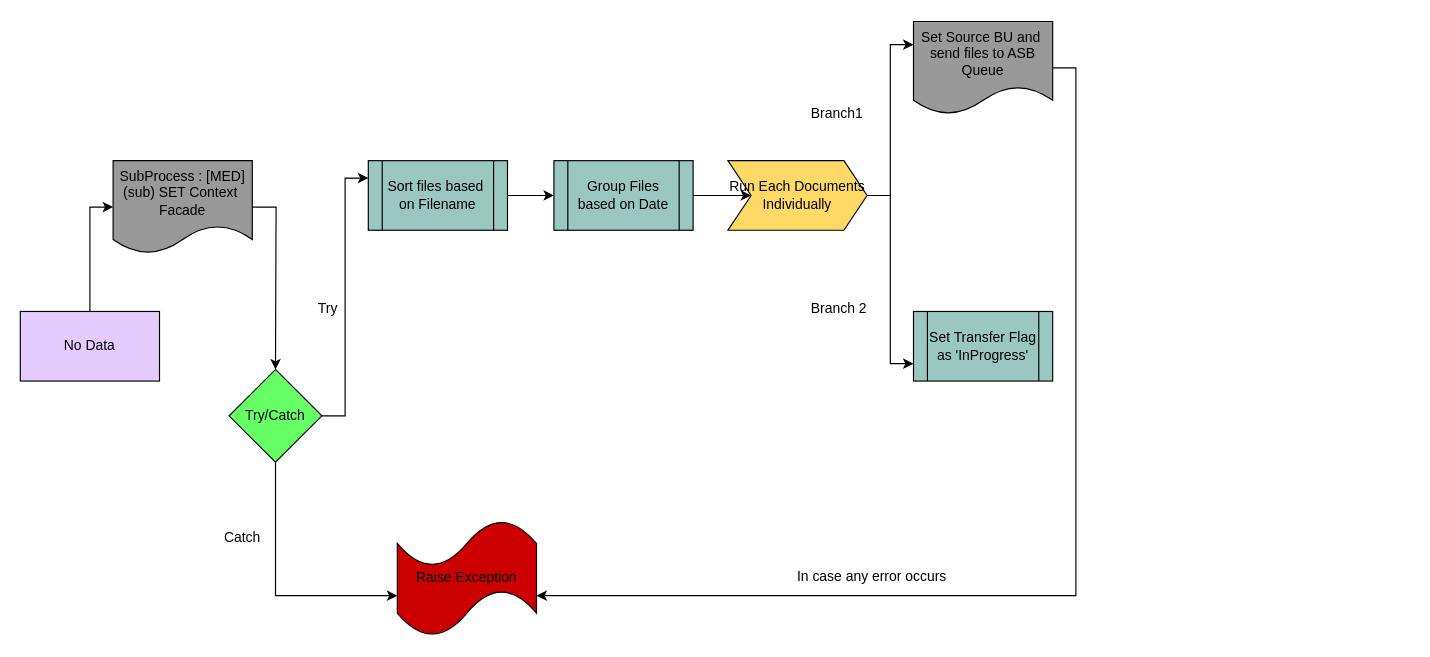
The draw.io diagram bandar.drawio in escalibor/code, before the edit. Source tidied: cells renumbered, new cells numbered last; positions are measured from the earlier drawing's top-left corner, leaving out a move shared by most shapes. Both pictures are drawn from the tidied source at 116%, with x=0, y=0 at pixel (20, 21).
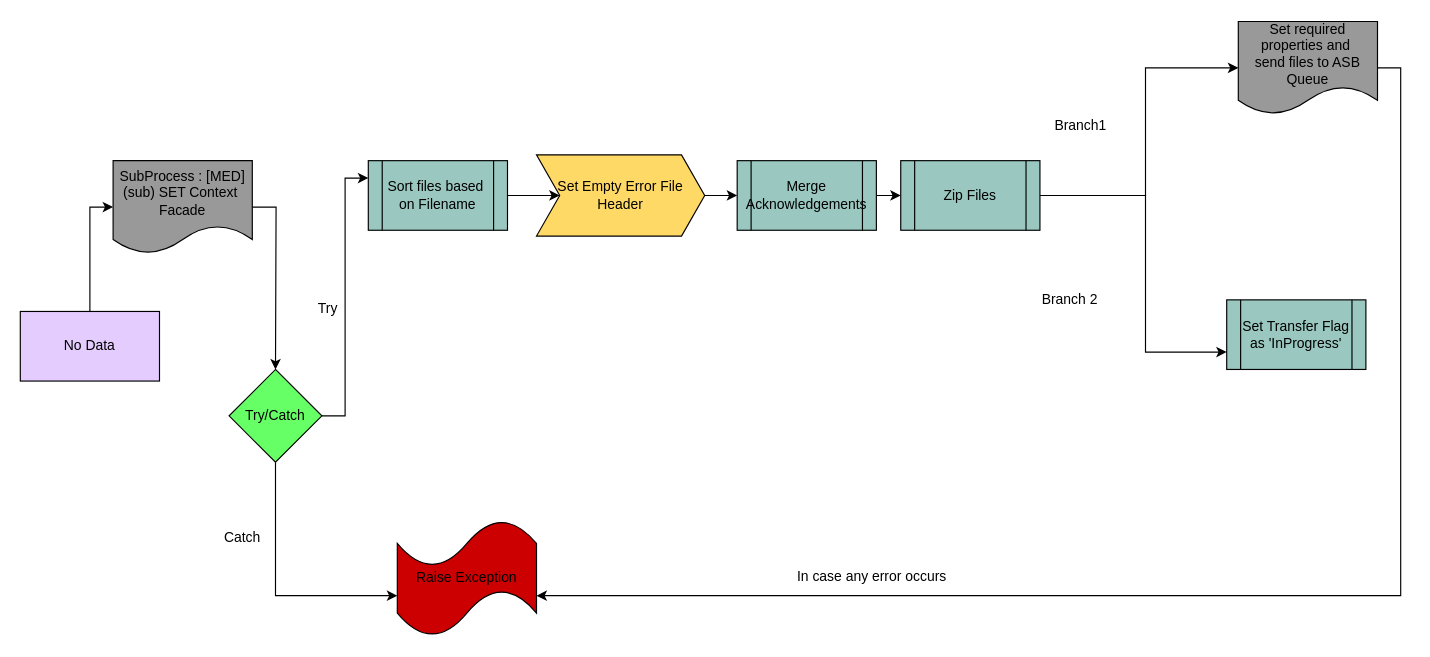
The same diagram, later.

The change refers to these unchanged cells:
```xml
<mxCell id="10" value="Sort files based&amp;nbsp;&lt;br&gt;on Filename&lt;br&gt;" style="shape=process;whiteSpace=wrap;html=1;backgroundOutline=1;fillColor=#9AC7BF;" parent="1" vertex="1">
  <mxGeometry x="300" y="120" width="120" height="60" as="geometry" />
</mxCell>
```

Change to the diagram source:
```diff
@@
-    <mxCell id="9" style="edgeStyle=orthogonalEdgeStyle;rounded=0;jettySize=auto;html=1;" parent="1" edge="1" source="10" target="15">
-      <mxGeometry relative="1" as="geometry" />
-    </mxCell>
+    <mxCell id="25" style="edgeStyle=orthogonalEdgeStyle;rounded=0;jettySize=auto;html=1;" parent="1" edge="1" source="10" target="28">
+      <mxGeometry relative="1" as="geometry" />
+    </mxCell>
@@
-    <mxCell id="14" style="edgeStyle=orthogonalEdgeStyle;rounded=0;jettySize=auto;html=1;" parent="1" edge="1" source="15" target="18">
-      <mxGeometry relative="1" as="geometry" />
-    </mxCell>
+    <mxCell id="26" style="edgeStyle=orthogonalEdgeStyle;rounded=0;jettySize=auto;html=1;" parent="1" edge="1" source="15" target="31">
+      <mxGeometry relative="1" as="geometry" />
+    </mxCell>
-    <mxCell id="15" value="Group Files based on Date" style="shape=process;whiteSpace=wrap;html=1;backgroundOutline=1;fillColor=#9AC7BF;" parent="1" vertex="1">
-      <mxGeometry x="460" y="120" width="120" height="60" as="geometry" />
+    <mxCell id="15" value="Merge Acknowledgements" style="shape=process;whiteSpace=wrap;html=1;backgroundOutline=1;fillColor=#9AC7BF;" parent="1" vertex="1">
+      <mxGeometry x="618" y="120" width="120" height="60" as="geometry" />
     </mxCell>
-    <mxCell id="16" style="edgeStyle=orthogonalEdgeStyle;rounded=0;jettySize=auto;html=1;exitX=1;exitY=0.5;exitDx=0;exitDy=0;entryX=0;entryY=0.75;entryDx=0;entryDy=0;" parent="1" edge="1" source="18" target="22">
-      <mxGeometry relative="1" as="geometry">
-        <Array as="points">
-          <mxPoint x="750" y="150" />
-          <mxPoint x="750" y="295" />
-        </Array>
-      </mxGeometry>
-    </mxCell>
-    <mxCell id="17" style="edgeStyle=orthogonalEdgeStyle;rounded=0;jettySize=auto;html=1;exitX=1;exitY=0.5;exitDx=0;exitDy=0;entryX=0;entryY=0.25;entryDx=0;entryDy=0;" parent="1" edge="1" source="18" target="20">
-      <mxGeometry relative="1" as="geometry" />
-    </mxCell>
-    <mxCell id="18" value="Run Each Documents&lt;br&gt;Individually&lt;br&gt;" style="shape=step;perimeter=stepPerimeter;whiteSpace=wrap;html=1;fixedSize=1;fillColor=#FFD966;" parent="1" vertex="1">
-      <mxGeometry x="610" y="120" width="120" height="60" as="geometry" />
-    </mxCell>
@@
-    <mxCell id="20" value="Set Source BU and&amp;nbsp;&lt;br&gt;send files to ASB Queue&lt;br&gt;" style="shape=document;whiteSpace=wrap;html=1;boundedLbl=1;fillColor=#999999;" parent="1" vertex="1">
-      <mxGeometry x="770" width="120" height="80" as="geometry" />
+    <mxCell id="20" value="Set required properties and&amp;nbsp;&lt;br&gt;send files to ASB Queue&lt;br&gt;" style="shape=document;whiteSpace=wrap;html=1;boundedLbl=1;fillColor=#999999;" parent="1" vertex="1">
+      <mxGeometry x="1050" width="120" height="80" as="geometry" />
     </mxCell>
     <mxCell id="21" value="Branch1" style="text;html=1;align=left;verticalAlign=top;spacingTop=-4;" parent="1" vertex="1">
-      <mxGeometry x="680" y="70" width="60" height="20" as="geometry" />
+      <mxGeometry x="890" y="80" width="60" height="20" as="geometry" />
     </mxCell>
     <mxCell id="22" value="Set Transfer Flag as 'InProgress'" style="shape=process;whiteSpace=wrap;html=1;backgroundOutline=1;fillColor=#9AC7BF;" parent="1" vertex="1">
-      <mxGeometry x="770" y="250" width="120" height="60" as="geometry" />
+      <mxGeometry x="1040" y="240" width="120" height="60" as="geometry" />
     </mxCell>
     <mxCell id="23" value="Branch 2" style="text;html=1;align=left;verticalAlign=top;spacingTop=-4;" parent="1" vertex="1">
-      <mxGeometry x="680" y="238" width="60" height="20" as="geometry" />
+      <mxGeometry x="879" y="230" width="60" height="20" as="geometry" />
     </mxCell>
@@
+    <mxCell id="27" style="edgeStyle=orthogonalEdgeStyle;rounded=0;jettySize=auto;html=1;" parent="1" edge="1" source="28" target="15">
+      <mxGeometry relative="1" as="geometry" />
+    </mxCell>
+    <mxCell id="28" value="Set Empty Error File Header" style="shape=step;perimeter=stepPerimeter;whiteSpace=wrap;html=1;fixedSize=1;fillColor=#FFD966;" parent="1" vertex="1">
+      <mxGeometry x="445" y="115" width="145" height="70" as="geometry" />
+    </mxCell>
+    <mxCell id="29" style="edgeStyle=orthogonalEdgeStyle;rounded=0;jettySize=auto;html=1;entryX=0;entryY=0.5;entryDx=0;entryDy=0;" parent="1" edge="1" source="31" target="20">
+      <mxGeometry relative="1" as="geometry">
+        <Array as="points">
+          <mxPoint x="970" y="150" />
+          <mxPoint x="970" y="40" />
+        </Array>
+      </mxGeometry>
+    </mxCell>
+    <mxCell id="30" style="edgeStyle=orthogonalEdgeStyle;rounded=0;jettySize=auto;html=1;entryX=0;entryY=0.75;entryDx=0;entryDy=0;" parent="1" edge="1" source="31" target="22">
+      <mxGeometry relative="1" as="geometry">
+        <Array as="points">
+          <mxPoint x="970" y="150" />
+          <mxPoint x="970" y="285" />
+        </Array>
+      </mxGeometry>
+    </mxCell>
+    <mxCell id="31" value="Zip Files" style="shape=process;whiteSpace=wrap;html=1;backgroundOutline=1;fillColor=#9AC7BF;" parent="1" vertex="1">
+      <mxGeometry x="759" y="120" width="120" height="60" as="geometry" />
+    </mxCell>
```
